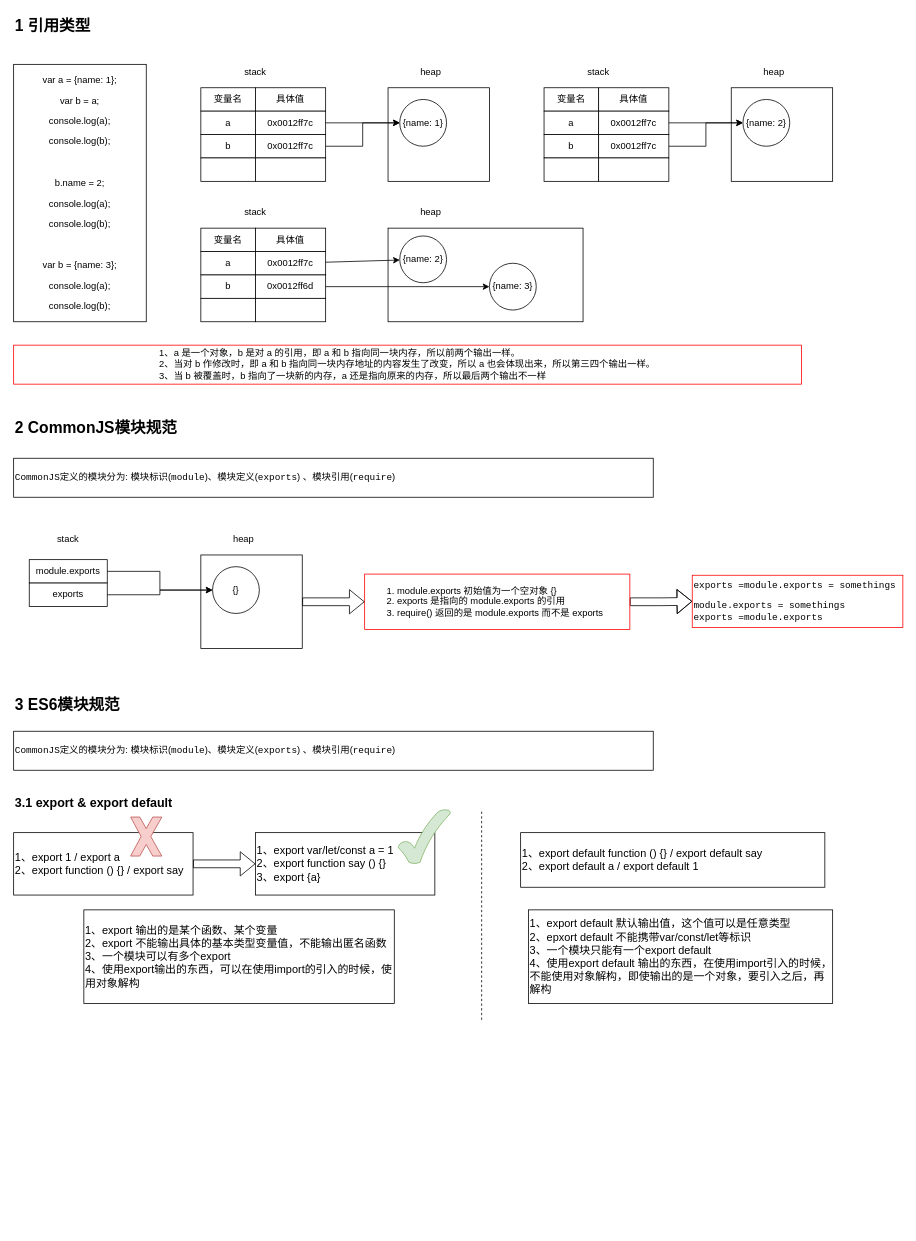
Before: exports、module.exports 和 export、export default.drawio in JMHello/draw, a draw.io diagram. Source tidied: cells renumbered, new cells numbered last; positions are measured from the earlier drawing's top-left corner, leaving out a move shared by most shapes. Both pictures are drawn from the tidied source at 78%, with x=0, y=0 at pixel (13, 13).
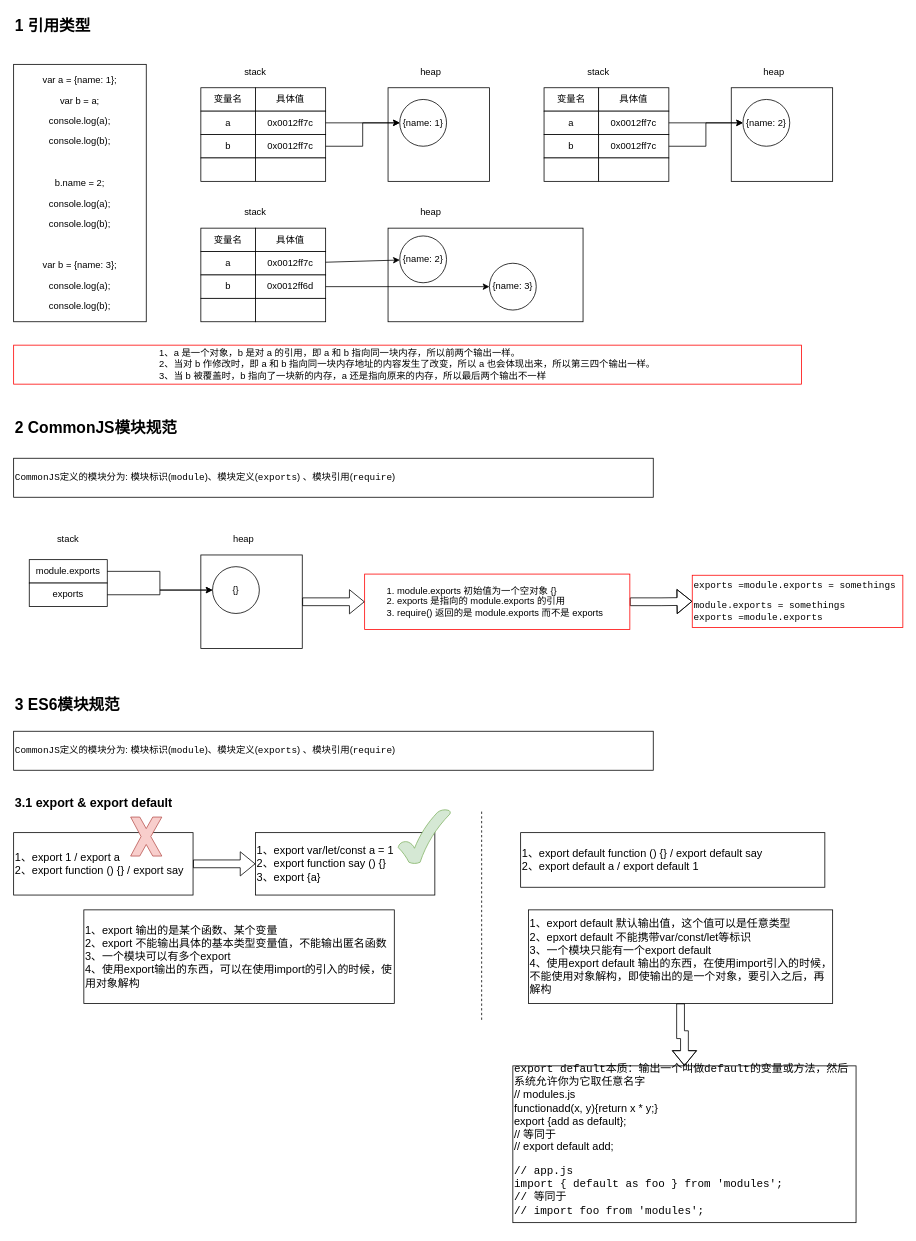
Above is the later version.

The change refers to these unchanged cells:
```xml
<mxCell id="95" value="1、export default 默认输出值，这个值可以是任意类型&lt;br&gt;2、epxort default 不能携带var/const/let等标识&lt;br&gt;3、一个模块只能有一个export default&lt;br&gt;4、使用export default 输出的东西，在使用import引入的时候，不能使用对象解构，即使输出的是一个对象，要引入之后，再解构&lt;br style=&quot;font-size: 14px&quot;&gt;" style="text;html=1;align=left;verticalAlign=middle;whiteSpace=wrap;rounded=0;fontSize=14;strokeColor=#000000;" parent="1" vertex="1">
  <mxGeometry x="660" y="1149" width="390" height="120" as="geometry" />
</mxCell>
```

The edit, as a diff of the source:
```diff
@@
+    <mxCell id="96" style="edgeStyle=orthogonalEdgeStyle;shape=flexArrow;rounded=0;jettySize=auto;html=1;fontSize=14;" parent="1" edge="1" source="95" target="97">
+      <mxGeometry relative="1" as="geometry" />
+    </mxCell>
@@
+    <mxCell id="97" value="&lt;code&gt;export default本质：&lt;/code&gt;&lt;span&gt;输出一个叫做&lt;/span&gt;&lt;code&gt;default&lt;/code&gt;&lt;span&gt;的变量或方法，然后系统允许你为它取任意名字&lt;br&gt;&lt;/span&gt;&lt;span&gt;// modules.js&lt;br&gt;&lt;/span&gt;&lt;span&gt;function&lt;/span&gt;&lt;span&gt;add(&lt;/span&gt;&lt;span&gt;x&lt;/span&gt;&lt;span&gt;,&lt;/span&gt;&lt;span&gt; y&lt;/span&gt;&lt;span&gt;)&lt;/span&gt;&lt;span&gt;{&lt;/span&gt;&lt;span&gt;return&lt;/span&gt;&lt;span&gt; x &lt;/span&gt;&lt;span&gt;*&lt;/span&gt;&lt;span&gt; y&lt;/span&gt;&lt;span&gt;;&lt;/span&gt;&lt;span&gt;}&lt;br&gt;&lt;/span&gt;&lt;span&gt;export &lt;/span&gt;&lt;span&gt;{&lt;/span&gt;&lt;span&gt;add as default&lt;/span&gt;&lt;span&gt;}&lt;/span&gt;&lt;span&gt;;&lt;br&gt;&lt;/span&gt;&lt;span&gt;// 等同于&lt;br&gt;&lt;/span&gt;&lt;span&gt;// export default add;&lt;/span&gt;&lt;span&gt;&lt;br&gt;&lt;/span&gt;&lt;pre&gt;&lt;code&gt;&lt;span spellcheck=&quot;true&quot;&gt;// app.js&lt;br&gt;&lt;/span&gt;import &lt;span&gt;{&lt;/span&gt; default as foo &lt;span&gt;}&lt;/span&gt; from &lt;span&gt;'modules'&lt;/span&gt;&lt;span&gt;;&lt;br&gt;&lt;/span&gt;&lt;span spellcheck=&quot;true&quot;&gt;// 等同于&lt;br&gt;&lt;/span&gt;&lt;span spellcheck=&quot;true&quot;&gt;// import foo from 'modules';&lt;/span&gt;&lt;/code&gt;&lt;/pre&gt;" style="text;html=1;align=left;verticalAlign=middle;whiteSpace=wrap;rounded=0;fontSize=14;strokeColor=#000000;" parent="1" vertex="1">
+      <mxGeometry x="640" y="1349" width="440" height="201" as="geometry" />
+    </mxCell>
```
